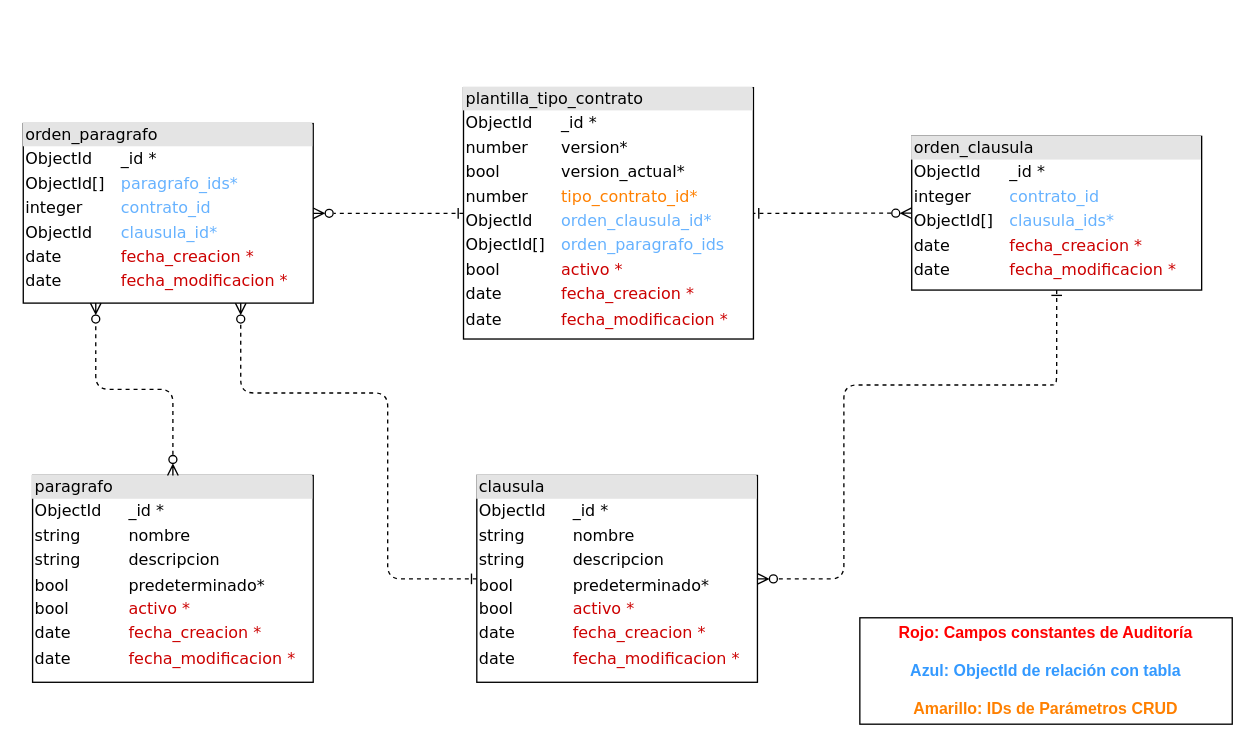
Earlier version of the draw.io diagram database/modelo-datos-no-relacional-clausulas-paragrafos.drawio (udistrital/clausulas_paragrafos_crud). Source tidied: cells renumbered, new cells numbered last; positions are measured from the earlier drawing's top-left corner, leaving out a move shared by most shapes. Both pictures are drawn from the tidied source at 133%, with x=0, y=0 at pixel (23, 86).
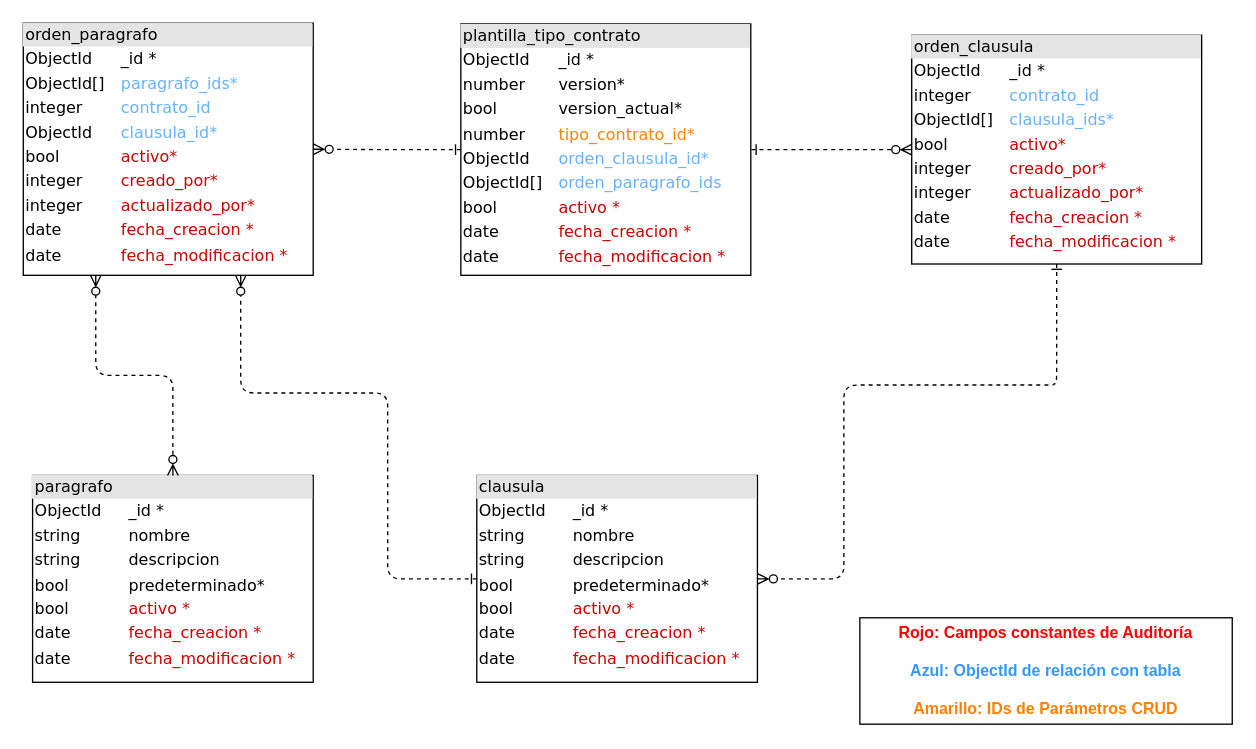
The same page after the edit.

Commit message (it also covers changes not shown here):
feat: Actualización modelo de datos campos auditoria udistrital/argo_documentacion#169

Change to the diagram source:
```diff
@@
 <mxGraphModel>
   <root>
     <mxCell id="0" />
     <mxCell id="1" parent="0" />
     <mxCell id="2" value="&lt;div style=&quot;box-sizing: border-box ; width: 100% ; background: #e4e4e4 ; padding: 2px&quot;&gt;clausula&lt;/div&gt;&lt;table style=&quot;width: 100% ; font-size: 1em&quot; cellpadding=&quot;2&quot; cellspacing=&quot;0&quot;&gt;&lt;tbody&gt;&lt;tr&gt;&lt;td&gt;ObjectId&lt;span style=&quot;white-space: pre;&quot;&gt;&#9;&lt;/span&gt;&lt;/td&gt;&lt;td&gt;_id *&lt;/td&gt;&lt;/tr&gt;&lt;tr&gt;&lt;td&gt;string&lt;/td&gt;&lt;td&gt;nombre&lt;/td&gt;&lt;/tr&gt;&lt;tr&gt;&lt;td&gt;string&lt;br&gt;&lt;/td&gt;&lt;td&gt;descripcion&lt;br&gt;&lt;/td&gt;&lt;/tr&gt;&lt;tr&gt;&lt;td&gt;bool&lt;/td&gt;&lt;td&gt;predeterminado*&lt;/td&gt;&lt;/tr&gt;&lt;tr&gt;&lt;td&gt;bool&lt;br&gt;&lt;/td&gt;&lt;td&gt;&lt;span style=&quot;color: rgb(204, 0, 0);&quot;&gt;activo *&lt;/span&gt;&lt;br style=&quot;color: rgb(204, 0, 0);&quot;&gt;&lt;/td&gt;&lt;/tr&gt;&lt;tr&gt;&lt;td&gt;date&lt;/td&gt;&lt;td&gt;&lt;span style=&quot;color: rgb(204, 0, 0);&quot;&gt;fecha_creacion *&lt;/span&gt;&lt;br style=&quot;color: rgb(204, 0, 0);&quot;&gt;&lt;/td&gt;&lt;/tr&gt;&lt;tr&gt;&lt;td&gt;date&lt;/td&gt;&lt;td&gt;&lt;span style=&quot;color: rgb(204, 0, 0);&quot;&gt;fecha_modificacion *&lt;/span&gt;&lt;br&gt;&lt;/td&gt;&lt;/tr&gt;&lt;/tbody&gt;&lt;/table&gt;" style="verticalAlign=top;align=left;overflow=fill;html=1;rounded=0;shadow=0;comic=0;labelBackgroundColor=none;strokeWidth=1;fontFamily=Verdana;fontSize=12;" parent="1" vertex="1">
       <mxGeometry x="341" y="292" width="211" height="155.5" as="geometry" />
     </mxCell>
     <mxCell id="3" value="&lt;div style=&quot;box-sizing: border-box ; width: 100% ; background: #e4e4e4 ; padding: 2px&quot;&gt;paragrafo&lt;/div&gt;&lt;table style=&quot;width: 100% ; font-size: 1em&quot; cellpadding=&quot;2&quot; cellspacing=&quot;0&quot;&gt;&lt;tbody&gt;&lt;tr&gt;&lt;td&gt;ObjectId&lt;span style=&quot;white-space: pre;&quot;&gt;&#9;&lt;/span&gt;&lt;/td&gt;&lt;td&gt;_id *&lt;/td&gt;&lt;/tr&gt;&lt;tr&gt;&lt;td&gt;string&lt;/td&gt;&lt;td&gt;nombre&lt;/td&gt;&lt;/tr&gt;&lt;tr&gt;&lt;td&gt;string&lt;br&gt;&lt;/td&gt;&lt;td&gt;descripcion&lt;br&gt;&lt;/td&gt;&lt;/tr&gt;&lt;tr&gt;&lt;td&gt;bool&lt;/td&gt;&lt;td&gt;predeterminado*&lt;/td&gt;&lt;/tr&gt;&lt;tr&gt;&lt;td&gt;bool&lt;br&gt;&lt;/td&gt;&lt;td&gt;&lt;span style=&quot;color: rgb(204, 0, 0);&quot;&gt;activo *&lt;/span&gt;&lt;br style=&quot;color: rgb(204, 0, 0);&quot;&gt;&lt;/td&gt;&lt;/tr&gt;&lt;tr&gt;&lt;td&gt;date&lt;/td&gt;&lt;td&gt;&lt;span style=&quot;color: rgb(204, 0, 0);&quot;&gt;fecha_creacion *&lt;/span&gt;&lt;br style=&quot;color: rgb(204, 0, 0);&quot;&gt;&lt;/td&gt;&lt;/tr&gt;&lt;tr&gt;&lt;td&gt;date&lt;/td&gt;&lt;td&gt;&lt;span style=&quot;color: rgb(204, 0, 0);&quot;&gt;fecha_modificacion *&lt;/span&gt;&lt;br&gt;&lt;/td&gt;&lt;/tr&gt;&lt;/tbody&gt;&lt;/table&gt;" style="verticalAlign=top;align=left;overflow=fill;html=1;rounded=0;shadow=0;comic=0;labelBackgroundColor=none;strokeWidth=1;fontFamily=Verdana;fontSize=12;" parent="1" vertex="1">
       <mxGeometry x="7" y="292" width="211" height="155.5" as="geometry" />
     </mxCell>
-    <mxCell id="4" value="&lt;div style=&quot;box-sizing: border-box ; width: 100% ; background: #e4e4e4 ; padding: 2px&quot;&gt;orden_clausula&lt;/div&gt;&lt;table style=&quot;width: 100% ; font-size: 1em&quot; cellpadding=&quot;2&quot; cellspacing=&quot;0&quot;&gt;&lt;tbody&gt;&lt;tr&gt;&lt;td&gt;ObjectId&lt;/td&gt;&lt;td&gt;_id *&lt;/td&gt;&lt;/tr&gt;&lt;tr&gt;&lt;td&gt;integer&lt;br&gt;&lt;/td&gt;&lt;td&gt;&lt;font color=&quot;#66b2ff&quot;&gt;contrato_id&lt;/font&gt;&lt;/td&gt;&lt;/tr&gt;&lt;tr&gt;&lt;td&gt;ObjectId[]&lt;/td&gt;&lt;td&gt;&lt;font color=&quot;#66b2ff&quot;&gt;clausula_ids*&lt;/font&gt;&lt;/td&gt;&lt;/tr&gt;&lt;tr&gt;&lt;td&gt;date&lt;/td&gt;&lt;td&gt;&lt;span style=&quot;color: rgb(204, 0, 0);&quot;&gt;fecha_creacion *&lt;/span&gt;&lt;br style=&quot;color: rgb(204, 0, 0);&quot;&gt;&lt;/td&gt;&lt;/tr&gt;&lt;tr&gt;&lt;td&gt;date&lt;/td&gt;&lt;td&gt;&lt;span style=&quot;color: rgb(204, 0, 0);&quot;&gt;fecha_modificacion *&lt;/span&gt;&lt;br&gt;&lt;/td&gt;&lt;/tr&gt;&lt;/tbody&gt;&lt;/table&gt;" style="verticalAlign=top;align=left;overflow=fill;html=1;rounded=0;shadow=0;comic=0;labelBackgroundColor=none;strokeWidth=1;fontFamily=Verdana;fontSize=12;" parent="1" vertex="1">
-      <mxGeometry x="668" y="37" width="218" height="115.6" as="geometry" />
+    <mxCell id="4" value="&lt;div style=&quot;box-sizing: border-box ; width: 100% ; background: #e4e4e4 ; padding: 2px&quot;&gt;orden_clausula&lt;/div&gt;&lt;table style=&quot;width: 100% ; font-size: 1em&quot; cellpadding=&quot;2&quot; cellspacing=&quot;0&quot;&gt;&lt;tbody&gt;&lt;tr&gt;&lt;td&gt;ObjectId&lt;/td&gt;&lt;td&gt;_id *&lt;/td&gt;&lt;/tr&gt;&lt;tr&gt;&lt;td&gt;integer&lt;br&gt;&lt;/td&gt;&lt;td&gt;&lt;font color=&quot;#66b2ff&quot;&gt;contrato_id&lt;/font&gt;&lt;/td&gt;&lt;/tr&gt;&lt;tr&gt;&lt;td&gt;ObjectId[]&lt;/td&gt;&lt;td&gt;&lt;font color=&quot;#66b2ff&quot;&gt;clausula_ids*&lt;/font&gt;&lt;/td&gt;&lt;/tr&gt;&lt;tr&gt;&lt;td&gt;bool&lt;/td&gt;&lt;td&gt;&lt;font color=&quot;#cc0000&quot;&gt;activo*&lt;/font&gt;&lt;/td&gt;&lt;/tr&gt;&lt;tr&gt;&lt;td&gt;integer&lt;/td&gt;&lt;td&gt;&lt;font color=&quot;#cc0000&quot;&gt;creado_por*&lt;/font&gt;&lt;/td&gt;&lt;/tr&gt;&lt;tr&gt;&lt;td&gt;integer&lt;/td&gt;&lt;td&gt;&lt;font color=&quot;#cc0000&quot;&gt;actualizado_por*&lt;/font&gt;&lt;/td&gt;&lt;/tr&gt;&lt;tr&gt;&lt;td&gt;date&lt;/td&gt;&lt;td&gt;&lt;span style=&quot;color: rgb(204, 0, 0);&quot;&gt;fecha_creacion *&lt;/span&gt;&lt;br style=&quot;color: rgb(204, 0, 0);&quot;&gt;&lt;/td&gt;&lt;/tr&gt;&lt;tr&gt;&lt;td&gt;date&lt;/td&gt;&lt;td&gt;&lt;span style=&quot;color: rgb(204, 0, 0);&quot;&gt;fecha_modificacion *&lt;/span&gt;&lt;br&gt;&lt;/td&gt;&lt;/tr&gt;&lt;/tbody&gt;&lt;/table&gt;" style="verticalAlign=top;align=left;overflow=fill;html=1;rounded=0;shadow=0;comic=0;labelBackgroundColor=none;strokeWidth=1;fontFamily=Verdana;fontSize=12;" parent="1" vertex="1">
+      <mxGeometry x="668" y="-39" width="218" height="172" as="geometry" />
     </mxCell>
     <mxCell id="5" value="&lt;div style=&quot;box-sizing: border-box ; width: 100% ; background: #e4e4e4 ; padding: 2px&quot;&gt;plantilla_tipo_contrato&lt;/div&gt;&lt;table style=&quot;width: 100% ; font-size: 1em&quot; cellpadding=&quot;2&quot; cellspacing=&quot;0&quot;&gt;&lt;tbody&gt;&lt;tr&gt;&lt;td&gt;ObjectId&lt;/td&gt;&lt;td&gt;_id *&lt;/td&gt;&lt;/tr&gt;&lt;tr&gt;&lt;td&gt;number&lt;/td&gt;&lt;td&gt;version*&lt;/td&gt;&lt;/tr&gt;&lt;tr&gt;&lt;td&gt;bool&lt;/td&gt;&lt;td&gt;version_actual*&lt;/td&gt;&lt;/tr&gt;&lt;tr&gt;&lt;td&gt;number&lt;/td&gt;&lt;td&gt;&lt;font color=&quot;#ff8000&quot;&gt;tipo_contrato_id*&lt;/font&gt;&lt;/td&gt;&lt;/tr&gt;&lt;tr&gt;&lt;td&gt;ObjectId&lt;/td&gt;&lt;td&gt;&lt;font color=&quot;#66b2ff&quot;&gt;orden_clausula_id*&lt;/font&gt;&lt;/td&gt;&lt;/tr&gt;&lt;tr&gt;&lt;td&gt;ObjectId[]&lt;/td&gt;&lt;td&gt;&lt;font color=&quot;#66b2ff&quot;&gt;orden_paragrafo_ids&lt;/font&gt;&lt;/td&gt;&lt;/tr&gt;&lt;tr&gt;&lt;td&gt;bool&lt;br&gt;&lt;/td&gt;&lt;td&gt;&lt;span style=&quot;color: rgb(204, 0, 0);&quot;&gt;activo *&lt;/span&gt;&lt;br style=&quot;color: rgb(204, 0, 0);&quot;&gt;&lt;/td&gt;&lt;/tr&gt;&lt;tr&gt;&lt;td&gt;date&lt;/td&gt;&lt;td&gt;&lt;span style=&quot;color: rgb(204, 0, 0);&quot;&gt;fecha_creacion *&lt;/span&gt;&lt;br style=&quot;color: rgb(204, 0, 0);&quot;&gt;&lt;/td&gt;&lt;/tr&gt;&lt;tr&gt;&lt;td&gt;date&lt;/td&gt;&lt;td&gt;&lt;span style=&quot;color: rgb(204, 0, 0);&quot;&gt;fecha_modificacion *&lt;/span&gt;&lt;br&gt;&lt;/td&gt;&lt;/tr&gt;&lt;/tbody&gt;&lt;/table&gt;" style="verticalAlign=top;align=left;overflow=fill;html=1;rounded=0;shadow=0;comic=0;labelBackgroundColor=none;strokeWidth=1;fontFamily=Verdana;fontSize=12;" parent="1" vertex="1">
-      <mxGeometry x="331" y="0.4" width="218" height="189" as="geometry" />
+      <mxGeometry x="329" y="-47.5" width="218" height="189" as="geometry" />
     </mxCell>
     <mxCell id="6" style="edgeStyle=orthogonalEdgeStyle;html=1;dashed=1;labelBackgroundColor=none;startArrow=ERone;endArrow=ERzeroToMany;fontFamily=Verdana;fontSize=12;align=left;startFill=0;endFill=0;entryX=1;entryY=0.5;entryDx=0;entryDy=0;exitX=0.5;exitY=1;exitDx=0;exitDy=0;" parent="1" edge="1" source="4" target="2">
       <mxGeometry relative="1" as="geometry">
         <Array as="points">
           <mxPoint x="777" y="223" />
           <mxPoint x="775" y="223" />
           <mxPoint x="775" y="224" />
           <mxPoint x="617" y="224" />
           <mxPoint x="617" y="370" />
         </Array>
       </mxGeometry>
     </mxCell>
     <mxCell id="7" style="edgeStyle=orthogonalEdgeStyle;html=1;dashed=1;labelBackgroundColor=none;startArrow=ERone;endArrow=ERzeroToMany;fontFamily=Verdana;fontSize=12;align=left;startFill=0;endFill=0;entryX=0.75;entryY=1;entryDx=0;entryDy=0;exitX=0;exitY=0.5;exitDx=0;exitDy=0;" parent="1" edge="1" source="2" target="8">
       <mxGeometry relative="1" as="geometry">
         <Array as="points">
           <mxPoint x="274" y="370" />
           <mxPoint x="274" y="230" />
           <mxPoint x="164" y="230" />
         </Array>
       </mxGeometry>
     </mxCell>
-    <mxCell id="8" value="&lt;div style=&quot;box-sizing: border-box ; width: 100% ; background: #e4e4e4 ; padding: 2px&quot;&gt;orden_paragrafo&lt;/div&gt;&lt;table style=&quot;width: 100% ; font-size: 1em&quot; cellpadding=&quot;2&quot; cellspacing=&quot;0&quot;&gt;&lt;tbody&gt;&lt;tr&gt;&lt;td&gt;ObjectId&lt;/td&gt;&lt;td&gt;_id *&lt;/td&gt;&lt;/tr&gt;&lt;tr&gt;&lt;td&gt;ObjectId[]&lt;/td&gt;&lt;td&gt;&lt;font color=&quot;#66b2ff&quot;&gt;paragrafo_ids*&lt;/font&gt;&lt;/td&gt;&lt;/tr&gt;&lt;tr&gt;&lt;td&gt;integer&lt;/td&gt;&lt;td&gt;&lt;font color=&quot;#66b2ff&quot;&gt;contrato_id&lt;/font&gt;&lt;/td&gt;&lt;/tr&gt;&lt;tr&gt;&lt;td&gt;ObjectId&lt;/td&gt;&lt;td&gt;&lt;font color=&quot;#66b2ff&quot;&gt;clausula_id*&lt;/font&gt;&lt;/td&gt;&lt;/tr&gt;&lt;tr&gt;&lt;td&gt;date&lt;/td&gt;&lt;td&gt;&lt;span style=&quot;color: rgb(204, 0, 0);&quot;&gt;fecha_creacion *&lt;/span&gt;&lt;br style=&quot;color: rgb(204, 0, 0);&quot;&gt;&lt;/td&gt;&lt;/tr&gt;&lt;tr&gt;&lt;td&gt;date&lt;/td&gt;&lt;td&gt;&lt;span style=&quot;color: rgb(204, 0, 0);&quot;&gt;fecha_modificacion *&lt;/span&gt;&lt;br&gt;&lt;/td&gt;&lt;/tr&gt;&lt;/tbody&gt;&lt;/table&gt;" style="verticalAlign=top;align=left;overflow=fill;html=1;rounded=0;shadow=0;comic=0;labelBackgroundColor=none;strokeWidth=1;fontFamily=Verdana;fontSize=12;" parent="1" vertex="1">
-      <mxGeometry y="27.4" width="218" height="135" as="geometry" />
+    <mxCell id="8" value="&lt;div style=&quot;box-sizing: border-box ; width: 100% ; background: #e4e4e4 ; padding: 2px&quot;&gt;orden_paragrafo&lt;/div&gt;&lt;table style=&quot;width: 100% ; font-size: 1em&quot; cellpadding=&quot;2&quot; cellspacing=&quot;0&quot;&gt;&lt;tbody&gt;&lt;tr&gt;&lt;td&gt;ObjectId&lt;/td&gt;&lt;td&gt;_id *&lt;/td&gt;&lt;/tr&gt;&lt;tr&gt;&lt;td&gt;ObjectId[]&lt;/td&gt;&lt;td&gt;&lt;font color=&quot;#66b2ff&quot;&gt;paragrafo_ids*&lt;/font&gt;&lt;/td&gt;&lt;/tr&gt;&lt;tr&gt;&lt;td&gt;integer&lt;/td&gt;&lt;td&gt;&lt;font color=&quot;#66b2ff&quot;&gt;contrato_id&lt;/font&gt;&lt;/td&gt;&lt;/tr&gt;&lt;tr&gt;&lt;td&gt;ObjectId&lt;/td&gt;&lt;td&gt;&lt;font color=&quot;#66b2ff&quot;&gt;clausula_id*&lt;/font&gt;&lt;/td&gt;&lt;/tr&gt;&lt;tr&gt;&lt;td&gt;bool&lt;/td&gt;&lt;td&gt;&lt;font color=&quot;#cc0000&quot;&gt;activo*&lt;/font&gt;&lt;/td&gt;&lt;/tr&gt;&lt;tr&gt;&lt;td&gt;integer&lt;/td&gt;&lt;td&gt;&lt;font color=&quot;#cc0000&quot;&gt;creado_por*&lt;/font&gt;&lt;/td&gt;&lt;/tr&gt;&lt;tr&gt;&lt;td&gt;integer&lt;/td&gt;&lt;td&gt;&lt;font color=&quot;#cc0000&quot;&gt;actualizado_por*&lt;/font&gt;&lt;/td&gt;&lt;/tr&gt;&lt;tr&gt;&lt;td&gt;date&lt;/td&gt;&lt;td&gt;&lt;span style=&quot;color: rgb(204, 0, 0);&quot;&gt;fecha_creacion *&lt;/span&gt;&lt;br style=&quot;color: rgb(204, 0, 0);&quot;&gt;&lt;/td&gt;&lt;/tr&gt;&lt;tr&gt;&lt;td&gt;date&lt;/td&gt;&lt;td&gt;&lt;span style=&quot;color: rgb(204, 0, 0);&quot;&gt;fecha_modificacion *&lt;/span&gt;&lt;br&gt;&lt;/td&gt;&lt;/tr&gt;&lt;/tbody&gt;&lt;/table&gt;" style="verticalAlign=top;align=left;overflow=fill;html=1;rounded=0;shadow=0;comic=0;labelBackgroundColor=none;strokeWidth=1;fontFamily=Verdana;fontSize=12;" parent="1" vertex="1">
+      <mxGeometry y="-48.1" width="218" height="189.6" as="geometry" />
     </mxCell>
     <mxCell id="9" style="edgeStyle=orthogonalEdgeStyle;html=1;dashed=1;labelBackgroundColor=none;startArrow=ERzeroToMany;endArrow=ERzeroToMany;fontFamily=Verdana;fontSize=12;align=left;startFill=0;endFill=0;entryX=0.25;entryY=1;entryDx=0;entryDy=0;exitX=0.5;exitY=0;exitDx=0;exitDy=0;" parent="1" edge="1" source="3" target="8">
       <mxGeometry relative="1" as="geometry" />
     </mxCell>
     <mxCell id="10" style="edgeStyle=orthogonalEdgeStyle;html=1;dashed=1;labelBackgroundColor=none;startArrow=ERone;endArrow=ERzeroToMany;fontFamily=Verdana;fontSize=12;align=left;startFill=0;endFill=0;entryX=1;entryY=0.5;entryDx=0;entryDy=0;exitX=0;exitY=0.5;exitDx=0;exitDy=0;" parent="1" edge="1" source="5" target="8">
       <mxGeometry relative="1" as="geometry" />
     </mxCell>
     <mxCell id="11" style="edgeStyle=orthogonalEdgeStyle;html=1;dashed=1;labelBackgroundColor=none;startArrow=ERzeroToMany;endArrow=ERone;fontFamily=Verdana;fontSize=12;align=left;startFill=0;endFill=0;entryX=1;entryY=0.5;entryDx=0;entryDy=0;exitX=0;exitY=0.5;exitDx=0;exitDy=0;" parent="1" edge="1" source="4" target="5">
       <mxGeometry relative="1" as="geometry" />
     </mxCell>
     <mxCell id="12" value="&lt;b&gt;&lt;font color=&quot;#ff0000&quot;&gt;Rojo: Campos constantes de Auditoría&lt;/font&gt;&lt;/b&gt;&lt;div&gt;&lt;b&gt;&lt;font color=&quot;#ff0000&quot;&gt;&lt;br&gt;&lt;/font&gt;&lt;/b&gt;&lt;/div&gt;&lt;div&gt;&lt;b&gt;&lt;font color=&quot;#3399ff&quot;&gt;Azul: ObjectId de relación con tabla&lt;/font&gt;&lt;/b&gt;&lt;/div&gt;&lt;div&gt;&lt;b&gt;&lt;font color=&quot;#3399ff&quot;&gt;&lt;br&gt;&lt;/font&gt;&lt;/b&gt;&lt;/div&gt;&lt;div&gt;&lt;b&gt;&lt;font color=&quot;#ff8000&quot;&gt;Amarillo: IDs de Parámetros CRUD&lt;/font&gt;&lt;/b&gt;&lt;/div&gt;" style="rounded=0;whiteSpace=wrap;html=1;" parent="1" vertex="1">
       <mxGeometry x="629" y="399" width="280" height="80" as="geometry" />
     </mxCell>
   </root>
 </mxGraphModel>
```
